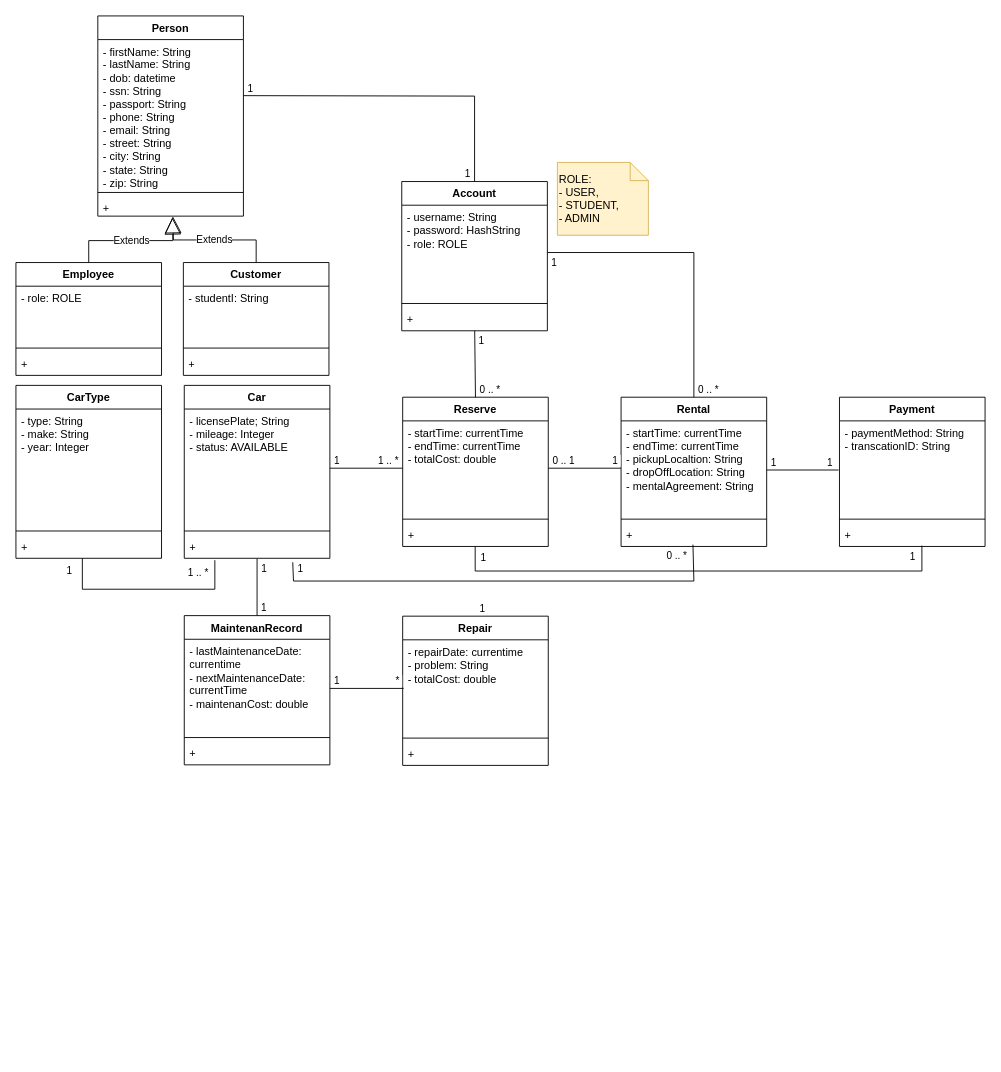
Above: docs/draw.io/Class_Diagram.drawio in cdo-mdo/SWE_PROJECT (draw.io), before the change. Source tidied: cells renumbered, new cells numbered last; positions are measured from the earlier drawing's top-left corner, leaving out a move shared by most shapes. Both pictures are drawn from the tidied source at 91%, with x=0, y=0 at pixel (15, 15).
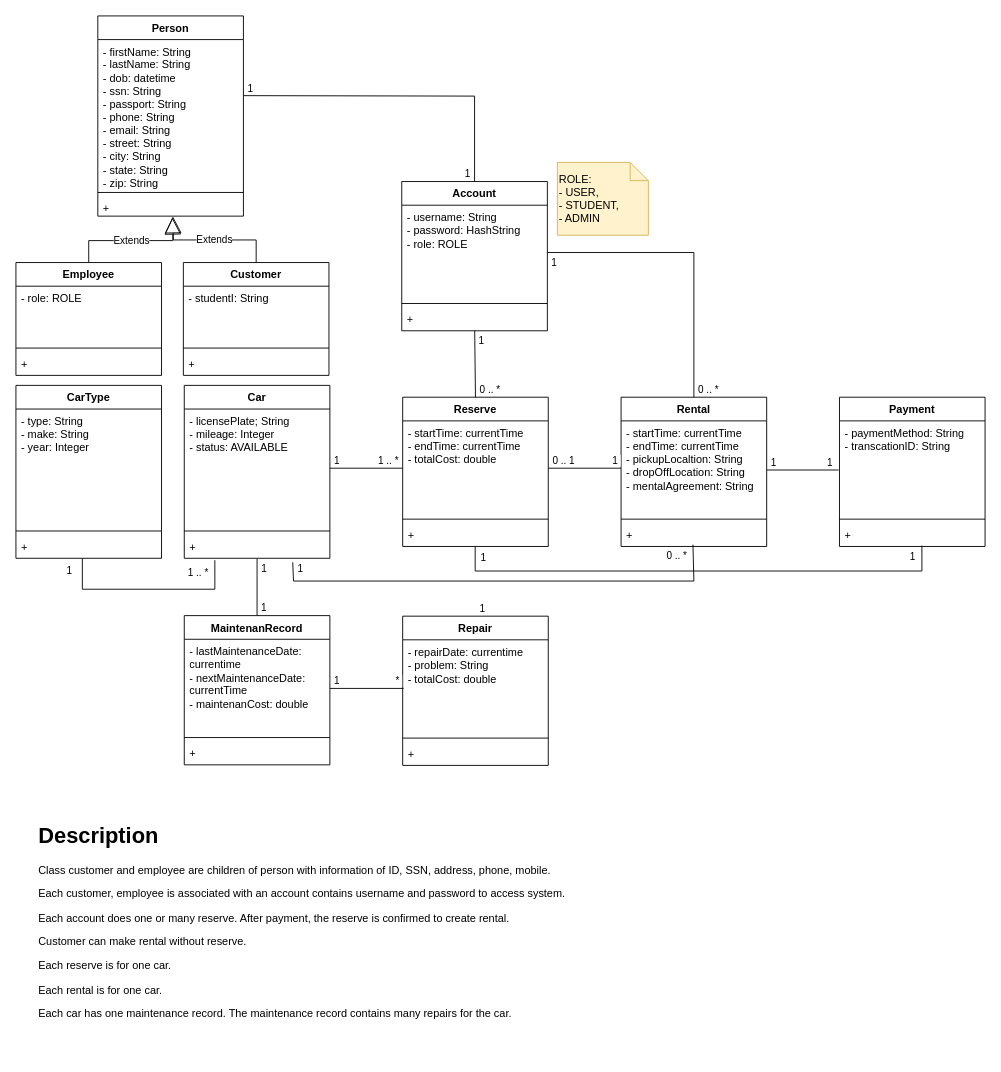
The same page after the edit.

Change to the diagram source:
```diff
@@
+    <mxCell id="83" value="&lt;h1 style=&quot;margin-top: 0px;&quot;&gt;Description&lt;/h1&gt;&lt;p&gt;Class customer and employee are children of person with information of ID, SSN, address, phone, mobile.&lt;/p&gt;&lt;p&gt;Each customer, employee is associated with an account contains username and password to access system.&lt;/p&gt;&lt;p&gt;Each account does one or many reserve. After payment, the reserve is confirmed to create rental.&lt;/p&gt;&lt;p&gt;Customer can make rental without reserve.&lt;/p&gt;&lt;p&gt;Each reserve is for one car.&amp;nbsp;&lt;/p&gt;&lt;p&gt;Each rental is for one car.&lt;/p&gt;&lt;p&gt;Each car has one maintenance record. The maintenance record contains many repairs for the car.&lt;/p&gt;" style="text;html=1;whiteSpace=wrap;overflow=hidden;rounded=0;" parent="1" vertex="1">
+      <mxGeometry x="23" y="880" width="1000" height="260" as="geometry" />
+    </mxCell>
```
